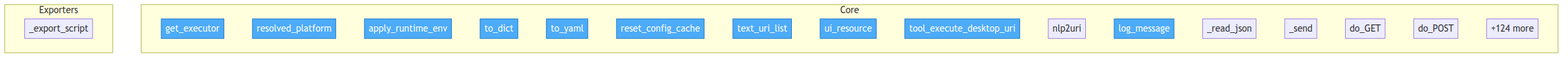
Before: project/flow.png, a diagram exported from Mermaid (semcod/nlp2uri). Its source is kept beside it as project/flow.mmd.
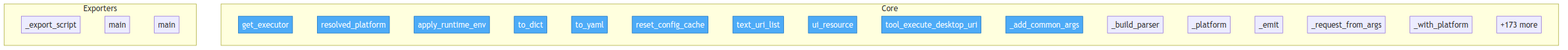
Later version of the same file.

Diff of the diagram source:
```diff
@@ -12,17 +12,19 @@
         src__nlp2uri__mcp__text_uri_list["text_uri_list"]
         src__nlp2uri__mcp__ui_resource["ui_resource"]
         src__nlp2uri__mcp__tool_execute_desktop_uri["tool_execute_desktop_uri"]
-        src__nlp2uri__resolve__nlp2uri["nlp2uri"]
-        src__nlp2uri__integrators__rest_server__NLP2URIRequestHandler__log_message["log_message"]
-        src__nlp2uri__integrators__rest_server__NLP2URIRequestHandler___read_json["_read_json"]
-        src__nlp2uri__integrators__rest_server__NLP2URIRequestHandler___send["_send"]
-        src__nlp2uri__integrators__rest_server__NLP2URIRequestHandler__do_GET["do_GET"]
-        src__nlp2uri__integrators__rest_server__NLP2URIRequestHandler__do_POST["do_POST"]
-        ...["+124 more"]
+        src__nlp2uri__cli___add_common_args["_add_common_args"]
+        src__nlp2uri__cli___build_parser["_build_parser"]
+        src__nlp2uri__cli___platform["_platform"]
+        src__nlp2uri__cli___emit["_emit"]
+        src__nlp2uri__cli___request_from_args["_request_from_args"]
+        src__nlp2uri__cli___with_platform["_with_platform"]
+        ...["+173 more"]
     end
 
     subgraph Exporters
         src__nlp2uri__adapters__shell__ShellAdapter___export_script["_export_script"]
+        schemas__codegen__export_driver_stubs__main["main"]
+        schemas__codegen__export_mcp_schemas__main["main"]
     end
 
-    class src__nlp2uri__runtime__get_executor,src__nlp2uri__config__NLP2URIConfig__resolved_platform,src__nlp2uri__config__NLP2URIConfig__apply_runtime_env,src__nlp2uri__config__NLP2URIConfig__to_dict,src__nlp2uri__config__NLP2URIConfig__to_yaml,src__nlp2uri__config__reset_config_cache,src__nlp2uri__mcp__text_uri_list,src__nlp2uri__mcp__ui_resource,src__nlp2uri__mcp__tool_execute_desktop_uri,src__nlp2uri__integrators__rest_server__NLP2URIRequestHandler__log_message entry
+    class src__nlp2uri__runtime__get_executor,src__nlp2uri__config__NLP2URIConfig__resolved_platform,src__nlp2uri__config__NLP2URIConfig__apply_runtime_env,src__nlp2uri__config__NLP2URIConfig__to_dict,src__nlp2uri__config__NLP2URIConfig__to_yaml,src__nlp2uri__config__reset_config_cache,src__nlp2uri__mcp__text_uri_list,src__nlp2uri__mcp__ui_resource,src__nlp2uri__mcp__tool_execute_desktop_uri,src__nlp2uri__cli___add_common_args entry
```
